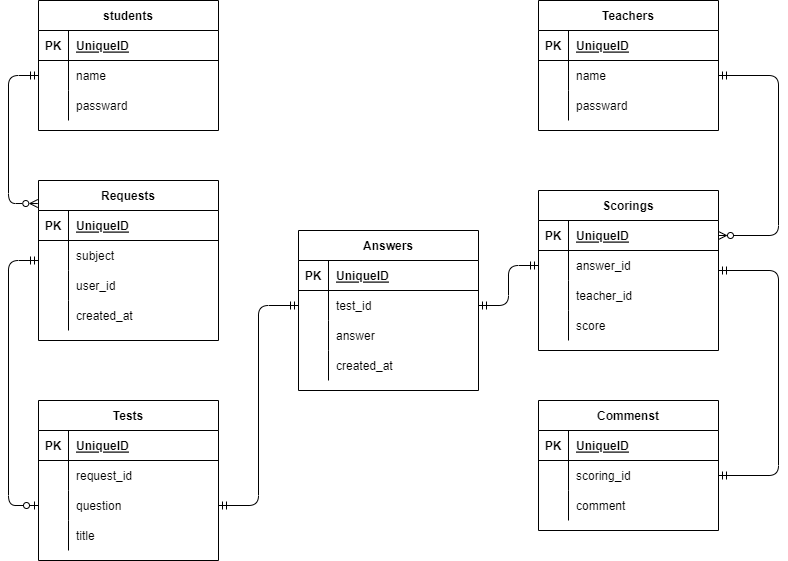
The draw.io diagram er.drawio.png in tangrowth/ER_test, before a commit. Source tidied: cells renumbered, new cells last; positions are measured from the earlier drawing's top-left corner, leaving out a move shared by most shapes.
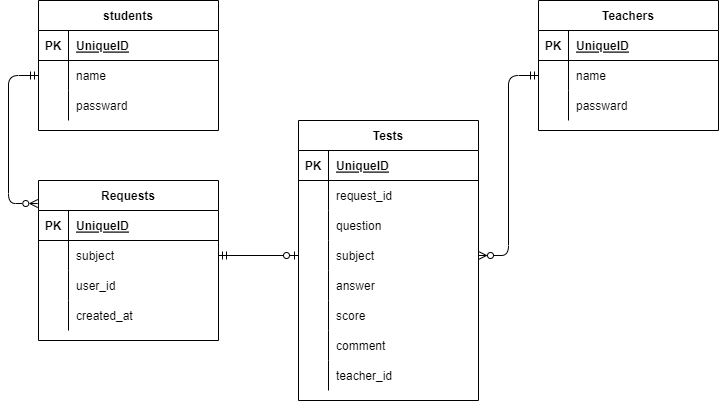
After the change.

Commit message:
テーブルをまとめる、カラム修正

What changed in the source:
```diff
@@ -62,14 +62,6 @@
     <mxCell id="21" value="passward" style="shape=partialRectangle;fillColor=none;top=0;left=0;bottom=0;right=0;align=left;spacingLeft=6;overflow=hidden;" parent="19" vertex="1">
       <mxGeometry x="30" width="150" height="30" as="geometry" />
     </mxCell>
-    <mxCell id="22" style="edgeStyle=none;html=1;exitX=0;exitY=0.5;exitDx=0;exitDy=0;entryX=0;entryY=0.5;entryDx=0;entryDy=0;startArrow=ERmandOne;startFill=0;endArrow=ERzeroToOne;endFill=0;" parent="1" edge="1" source="23" target="43">
-      <mxGeometry relative="1" as="geometry">
-        <Array as="points">
-          <mxPoint y="260" />
-          <mxPoint y="505" />
-        </Array>
-      </mxGeometry>
-    </mxCell>
     <mxCell id="23" value="Requests" style="shape=table;startSize=30;rowLines=0;fontStyle=1;align=center;" parent="1" vertex="1">
       <mxGeometry x="30" y="180" width="180" height="160" as="geometry" />
     </mxCell>
@@ -110,7 +102,7 @@
       <mxGeometry x="30" width="150" height="30" as="geometry" />
     </mxCell>
     <mxCell id="36" value="Tests" style="shape=table;startSize=30;rowLines=0;fontStyle=1;align=center;" parent="1" vertex="1">
-      <mxGeometry x="30" y="400" width="180" height="160" as="geometry" />
+      <mxGeometry x="290" y="120" width="180" height="280" as="geometry" />
     </mxCell>
     <mxCell id="37" style="shape=partialRectangle;fillColor=none;top=0;left=0;bottom=1;right=0;" parent="36" vertex="1">
       <mxGeometry y="30" width="180" height="30" as="geometry" />
@@ -145,125 +137,54 @@
     <mxCell id="47" style="shape=partialRectangle;fillColor=none;top=0;left=0;bottom=0;right=0;overflow=hidden;" parent="46" vertex="1">
       <mxGeometry width="30" height="30" as="geometry" />
     </mxCell>
-    <mxCell id="48" value="title" style="shape=partialRectangle;fillColor=none;top=0;left=0;bottom=0;right=0;align=left;spacingLeft=6;overflow=hidden;" parent="46" vertex="1">
+    <mxCell id="48" value="subject" style="shape=partialRectangle;fillColor=none;top=0;left=0;bottom=0;right=0;align=left;spacingLeft=6;overflow=hidden;" parent="46" vertex="1">
       <mxGeometry x="30" width="150" height="30" as="geometry" />
     </mxCell>
-    <mxCell id="49" value="Commenst" style="shape=table;startSize=30;rowLines=0;fontStyle=1;align=center;" parent="1" vertex="1">
-      <mxGeometry x="530" y="400" width="180" height="130" as="geometry" />
-    </mxCell>
-    <mxCell id="50" style="shape=partialRectangle;fillColor=none;top=0;left=0;bottom=1;right=0;" parent="49" vertex="1">
-      <mxGeometry y="30" width="180" height="30" as="geometry" />
-    </mxCell>
-    <mxCell id="51" value="PK" style="shape=partialRectangle;fillColor=none;top=0;left=0;bottom=0;right=0;fontStyle=1;overflow=hidden;" parent="50" vertex="1">
-      <mxGeometry width="30" height="30" as="geometry" />
-    </mxCell>
-    <mxCell id="52" value="UniqueID" style="shape=partialRectangle;fillColor=none;top=0;left=0;bottom=0;right=0;align=left;spacingLeft=6;fontStyle=5;overflow=hidden;" parent="50" vertex="1">
-      <mxGeometry x="30" width="150" height="30" as="geometry" />
-    </mxCell>
-    <mxCell id="53" style="shape=partialRectangle;fillColor=none;top=0;left=0;bottom=0;right=0;points=[[0,0.5],[1,0.5]];portConstraint=eastwest;" parent="49" vertex="1">
-      <mxGeometry y="60" width="180" height="30" as="geometry" />
-    </mxCell>
-    <mxCell id="54" style="shape=partialRectangle;fillColor=none;top=0;left=0;bottom=0;right=0;overflow=hidden;" parent="53" vertex="1">
-      <mxGeometry width="30" height="30" as="geometry" />
-    </mxCell>
-    <mxCell id="55" value="scoring_id" style="shape=partialRectangle;fillColor=none;top=0;left=0;bottom=0;right=0;align=left;spacingLeft=6;overflow=hidden;" parent="53" vertex="1">
-      <mxGeometry x="30" width="150" height="30" as="geometry" />
-    </mxCell>
-    <mxCell id="56" style="shape=partialRectangle;fillColor=none;top=0;left=0;bottom=0;right=0;" parent="49" vertex="1">
-      <mxGeometry y="90" width="180" height="30" as="geometry" />
-    </mxCell>
-    <mxCell id="57" style="shape=partialRectangle;fillColor=none;top=0;left=0;bottom=0;right=0;overflow=hidden;" parent="56" vertex="1">
-      <mxGeometry width="30" height="30" as="geometry" />
-    </mxCell>
+    <mxCell id="90" style="shape=partialRectangle;fillColor=none;top=0;left=0;bottom=0;right=0;" parent="36" vertex="1">
+      <mxGeometry y="150" width="180" height="30" as="geometry" />
+    </mxCell>
+    <mxCell id="91" style="shape=partialRectangle;fillColor=none;top=0;left=0;bottom=0;right=0;overflow=hidden;" parent="90" vertex="1">
+      <mxGeometry width="30" height="30" as="geometry" />
+    </mxCell>
+    <mxCell id="82" value="answer" style="shape=partialRectangle;fillColor=none;top=0;left=0;bottom=0;right=0;align=left;spacingLeft=6;overflow=hidden;" parent="90" vertex="1">
+      <mxGeometry x="30" width="150" height="30" as="geometry" />
+    </mxCell>
+    <mxCell id="92" style="shape=partialRectangle;fillColor=none;top=0;left=0;bottom=0;right=0;" parent="36" vertex="1">
+      <mxGeometry y="180" width="180" height="30" as="geometry" />
+    </mxCell>
+    <mxCell id="93" style="shape=partialRectangle;fillColor=none;top=0;left=0;bottom=0;right=0;overflow=hidden;" parent="92" vertex="1">
+      <mxGeometry width="30" height="30" as="geometry" />
+    </mxCell>
+    <mxCell id="72" value="score" style="shape=partialRectangle;fillColor=none;top=0;left=0;bottom=0;right=0;align=left;spacingLeft=6;overflow=hidden;" parent="92" vertex="1">
+      <mxGeometry x="30" width="150" height="30" as="geometry" />
+    </mxCell>
+    <mxCell id="94" style="shape=partialRectangle;fillColor=none;top=0;left=0;bottom=0;right=0;" parent="36" vertex="1">
+      <mxGeometry y="210" width="180" height="30" as="geometry" />
+    </mxCell>
+    <mxCell id="95" style="shape=partialRectangle;fillColor=none;top=0;left=0;bottom=0;right=0;overflow=hidden;" parent="94" vertex="1">
+      <mxGeometry width="30" height="30" as="geometry" />
+    </mxCell>
-    <mxCell id="58" value="comment" style="shape=partialRectangle;fillColor=none;top=0;left=0;bottom=0;right=0;align=left;spacingLeft=6;overflow=hidden;" parent="56" vertex="1">
+    <mxCell id="58" value="comment" style="shape=partialRectangle;fillColor=none;top=0;left=0;bottom=0;right=0;align=left;spacingLeft=6;overflow=hidden;" parent="94" vertex="1">
       <mxGeometry x="30" width="150" height="30" as="geometry" />
     </mxCell>
+    <mxCell id="96" style="shape=partialRectangle;fillColor=none;top=0;left=0;bottom=0;right=0;" parent="36" vertex="1">
+      <mxGeometry y="240" width="180" height="30" as="geometry" />
+    </mxCell>
+    <mxCell id="97" style="shape=partialRectangle;fillColor=none;top=0;left=0;bottom=0;right=0;overflow=hidden;" parent="96" vertex="1">
+      <mxGeometry width="30" height="30" as="geometry" />
+    </mxCell>
+    <mxCell id="69" value="teacher_id" style="shape=partialRectangle;fillColor=none;top=0;left=0;bottom=0;right=0;align=left;spacingLeft=6;overflow=hidden;" parent="96" vertex="1">
+      <mxGeometry x="30" width="150" height="30" as="geometry" />
+    </mxCell>
-    <mxCell id="59" style="edgeStyle=none;html=1;exitX=1;exitY=0.5;exitDx=0;exitDy=0;entryX=1;entryY=0.5;entryDx=0;entryDy=0;startArrow=ERmandOne;startFill=0;endArrow=ERmandOne;endFill=0;" parent="1" edge="1" source="60" target="53">
+    <mxCell id="59" style="edgeStyle=none;html=1;exitX=1;exitY=0.5;exitDx=0;exitDy=0;entryX=1;entryY=0.5;entryDx=0;entryDy=0;startArrow=ERmandOne;startFill=0;endArrow=ERmandOne;endFill=0;" parent="1" edge="1" source="x">
       <mxGeometry relative="1" as="geometry">
+        <mxPoint x="710" y="475" as="targetPoint" />
         <Array as="points">
           <mxPoint x="770" y="270" />
           <mxPoint x="770" y="475" />
         </Array>
       </mxGeometry>
     </mxCell>
-    <mxCell id="60" value="Scorings" style="shape=table;startSize=30;rowLines=0;fontStyle=1;align=center;" parent="1" vertex="1">
-      <mxGeometry x="530" y="190" width="180" height="160" as="geometry" />
-    </mxCell>
-    <mxCell id="61" style="shape=partialRectangle;fillColor=none;top=0;left=0;bottom=1;right=0;points=[[0,0.5],[1,0.5]];portConstraint=eastwest;" parent="60" vertex="1">
-      <mxGeometry y="30" width="180" height="30" as="geometry" />
-    </mxCell>
-    <mxCell id="62" value="PK" style="shape=partialRectangle;fillColor=none;top=0;left=0;bottom=0;right=0;fontStyle=1;overflow=hidden;" parent="61" vertex="1">
-      <mxGeometry width="30" height="30" as="geometry" />
-    </mxCell>
-    <mxCell id="63" value="UniqueID" style="shape=partialRectangle;fillColor=none;top=0;left=0;bottom=0;right=0;align=left;spacingLeft=6;fontStyle=5;overflow=hidden;" parent="61" vertex="1">
-      <mxGeometry x="30" width="150" height="30" as="geometry" />
-    </mxCell>
-    <mxCell id="64" style="shape=partialRectangle;fillColor=none;top=0;left=0;bottom=0;right=0;points=[[0,0.5],[1,0.5]];portConstraint=eastwest;" parent="60" vertex="1">
-      <mxGeometry y="60" width="180" height="30" as="geometry" />
-    </mxCell>
-    <mxCell id="65" style="shape=partialRectangle;fillColor=none;top=0;left=0;bottom=0;right=0;overflow=hidden;" parent="64" vertex="1">
-      <mxGeometry width="30" height="30" as="geometry" />
-    </mxCell>
-    <mxCell id="66" value="answer_id" style="shape=partialRectangle;fillColor=none;top=0;left=0;bottom=0;right=0;align=left;spacingLeft=6;overflow=hidden;" parent="64" vertex="1">
-      <mxGeometry x="30" width="150" height="30" as="geometry" />
-    </mxCell>
-    <mxCell id="67" style="shape=partialRectangle;fillColor=none;top=0;left=0;bottom=0;right=0;" parent="60" vertex="1">
-      <mxGeometry y="90" width="180" height="30" as="geometry" />
-    </mxCell>
-    <mxCell id="68" style="shape=partialRectangle;fillColor=none;top=0;left=0;bottom=0;right=0;overflow=hidden;" parent="67" vertex="1">
-      <mxGeometry width="30" height="30" as="geometry" />
-    </mxCell>
-    <mxCell id="69" value="teacher_id" style="shape=partialRectangle;fillColor=none;top=0;left=0;bottom=0;right=0;align=left;spacingLeft=6;overflow=hidden;" parent="67" vertex="1">
-      <mxGeometry x="30" width="150" height="30" as="geometry" />
-    </mxCell>
-    <mxCell id="70" style="shape=partialRectangle;fillColor=none;top=0;left=0;bottom=0;right=0;" parent="60" vertex="1">
-      <mxGeometry y="120" width="180" height="30" as="geometry" />
-    </mxCell>
-    <mxCell id="71" style="shape=partialRectangle;fillColor=none;top=0;left=0;bottom=0;right=0;overflow=hidden;" parent="70" vertex="1">
-      <mxGeometry width="30" height="30" as="geometry" />
-    </mxCell>
-    <mxCell id="72" value="score" style="shape=partialRectangle;fillColor=none;top=0;left=0;bottom=0;right=0;align=left;spacingLeft=6;overflow=hidden;" parent="70" vertex="1">
-      <mxGeometry x="30" width="150" height="30" as="geometry" />
-    </mxCell>
-    <mxCell id="73" value="Answers" style="shape=table;startSize=30;rowLines=0;fontStyle=1;align=center;" parent="1" vertex="1">
-      <mxGeometry x="290" y="230" width="180" height="160" as="geometry" />
-    </mxCell>
-    <mxCell id="74" style="shape=partialRectangle;fillColor=none;top=0;left=0;bottom=1;right=0;" parent="73" vertex="1">
-      <mxGeometry y="30" width="180" height="30" as="geometry" />
-    </mxCell>
-    <mxCell id="75" value="PK" style="shape=partialRectangle;fillColor=none;top=0;left=0;bottom=0;right=0;fontStyle=1;overflow=hidden;" parent="74" vertex="1">
-      <mxGeometry width="30" height="30" as="geometry" />
-    </mxCell>
-    <mxCell id="76" value="UniqueID" style="shape=partialRectangle;fillColor=none;top=0;left=0;bottom=0;right=0;align=left;spacingLeft=6;fontStyle=5;overflow=hidden;" parent="74" vertex="1">
-      <mxGeometry x="30" width="150" height="30" as="geometry" />
-    </mxCell>
-    <mxCell id="77" style="shape=partialRectangle;fillColor=none;top=0;left=0;bottom=0;right=0;points=[[0,0.5],[1,0.5]];portConstraint=eastwest;" parent="73" vertex="1">
-      <mxGeometry y="60" width="180" height="30" as="geometry" />
-    </mxCell>
-    <mxCell id="78" style="shape=partialRectangle;fillColor=none;top=0;left=0;bottom=0;right=0;overflow=hidden;" parent="77" vertex="1">
-      <mxGeometry width="30" height="30" as="geometry" />
-    </mxCell>
-    <mxCell id="79" value="test_id" style="shape=partialRectangle;fillColor=none;top=0;left=0;bottom=0;right=0;align=left;spacingLeft=6;overflow=hidden;" parent="77" vertex="1">
-      <mxGeometry x="30" width="150" height="30" as="geometry" />
-    </mxCell>
-    <mxCell id="80" style="shape=partialRectangle;fillColor=none;top=0;left=0;bottom=0;right=0;" parent="73" vertex="1">
-      <mxGeometry y="90" width="180" height="30" as="geometry" />
-    </mxCell>
-    <mxCell id="81" style="shape=partialRectangle;fillColor=none;top=0;left=0;bottom=0;right=0;overflow=hidden;" parent="80" vertex="1">
-      <mxGeometry width="30" height="30" as="geometry" />
-    </mxCell>
-    <mxCell id="82" value="answer" style="shape=partialRectangle;fillColor=none;top=0;left=0;bottom=0;right=0;align=left;spacingLeft=6;overflow=hidden;" parent="80" vertex="1">
-      <mxGeometry x="30" width="150" height="30" as="geometry" />
-    </mxCell>
-    <mxCell id="83" style="shape=partialRectangle;fillColor=none;top=0;left=0;bottom=0;right=0;" parent="73" vertex="1">
-      <mxGeometry y="120" width="180" height="30" as="geometry" />
-    </mxCell>
-    <mxCell id="84" style="shape=partialRectangle;fillColor=none;top=0;left=0;bottom=0;right=0;overflow=hidden;" parent="83" vertex="1">
-      <mxGeometry width="30" height="30" as="geometry" />
-    </mxCell>
-    <mxCell id="85" value="created_at" style="shape=partialRectangle;fillColor=none;top=0;left=0;bottom=0;right=0;align=left;spacingLeft=6;overflow=hidden;" parent="83" vertex="1">
-      <mxGeometry x="30" width="150" height="30" as="geometry" />
-    </mxCell>
     <mxCell id="86" style="edgeStyle=none;html=1;exitX=0;exitY=0.5;exitDx=0;exitDy=0;entryX=-0.004;entryY=0.144;entryDx=0;entryDy=0;startArrow=ERmandOne;startFill=0;endArrow=ERzeroToMany;endFill=0;entryPerimeter=0;" parent="1" edge="1" source="6" target="23">
       <mxGeometry relative="1" as="geometry">
         <Array as="points">
@@ -272,29 +193,16 @@
         </Array>
       </mxGeometry>
     </mxCell>
-    <mxCell id="87" style="edgeStyle=none;html=1;exitX=1;exitY=0.5;exitDx=0;exitDy=0;entryX=1;entryY=0.5;entryDx=0;entryDy=0;startArrow=ERmandOne;startFill=0;endArrow=ERzeroToMany;endFill=0;" parent="1" edge="1" source="16" target="61">
-      <mxGeometry relative="1" as="geometry">
-        <Array as="points">
-          <mxPoint x="770" y="75" />
-          <mxPoint x="770" y="235" />
-        </Array>
-      </mxGeometry>
-    </mxCell>
-    <mxCell id="88" style="edgeStyle=none;html=1;exitX=1;exitY=0.5;exitDx=0;exitDy=0;entryX=0;entryY=0.5;entryDx=0;entryDy=0;startArrow=ERmandOne;startFill=0;endArrow=ERmandOne;endFill=0;" parent="1" edge="1" source="43" target="77">
-      <mxGeometry relative="1" as="geometry">
-        <Array as="points">
-          <mxPoint x="250" y="505" />
-          <mxPoint x="250" y="305" />
-        </Array>
-      </mxGeometry>
-    </mxCell>
-    <mxCell id="89" style="edgeStyle=none;html=1;exitX=1;exitY=0.5;exitDx=0;exitDy=0;entryX=0;entryY=0.5;entryDx=0;entryDy=0;startArrow=ERmandOne;startFill=0;endArrow=ERmandOne;endFill=0;" parent="1" edge="1" source="77" target="64">
-      <mxGeometry relative="1" as="geometry">
-        <Array as="points">
-          <mxPoint x="500" y="305" />
-          <mxPoint x="500" y="265" />
-        </Array>
-      </mxGeometry>
-    </mxCell>
+    <mxCell id="98" style="edgeStyle=none;html=1;exitX=1;exitY=0.5;exitDx=0;exitDy=0;entryX=0;entryY=0.5;entryDx=0;entryDy=0;startArrow=ERmandOne;startFill=0;endArrow=ERzeroToOne;endFill=0;" parent="1" edge="1" source="27" target="46">
+      <mxGeometry relative="1" as="geometry" />
+    </mxCell>
+    <mxCell id="99" style="edgeStyle=none;html=1;exitX=0;exitY=0.5;exitDx=0;exitDy=0;entryX=1;entryY=0.5;entryDx=0;entryDy=0;startArrow=ERmandOne;startFill=0;endArrow=ERzeroToMany;endFill=0;" parent="1" edge="1" source="16" target="46">
+      <mxGeometry relative="1" as="geometry">
+        <Array as="points">
+          <mxPoint x="500" y="75" />
+          <mxPoint x="500" y="255" />
+        </Array>
+      </mxGeometry>
+    </mxCell>
   </root>
 </mxGraphModel>
```
